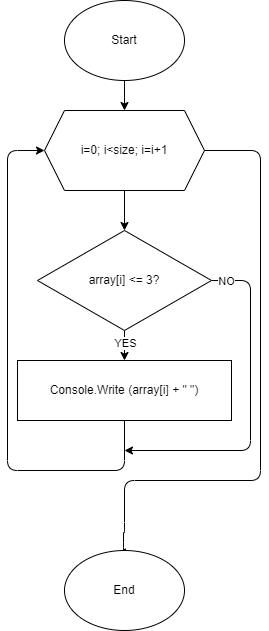
Earlier version of the draw.io export 2.MainMethodSortReturn.drawio.png (wdlts/EXAMINATION_CSHARP). Source tidied: cells renumbered, new cells last; positions are measured from the earlier drawing's top-left corner, leaving out a move shared by most shapes.
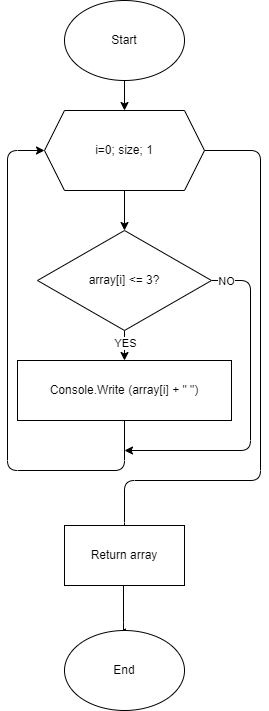
After the commit.

Change to the diagram source:
```diff
@@ -10,7 +10,7 @@
     <mxCell id="3" style="edgeStyle=none;html=1;" parent="1" edge="1" source="4" target="10">
       <mxGeometry relative="1" as="geometry" />
     </mxCell>
-    <mxCell id="4" value="&lt;span&gt;i=0; i&amp;lt;size; i=i&lt;/span&gt;&lt;span&gt;+1&lt;/span&gt;" style="shape=hexagon;perimeter=hexagonPerimeter2;whiteSpace=wrap;html=1;fixedSize=1;" parent="1" vertex="1">
+    <mxCell id="4" value="i=0; size; 1" style="shape=hexagon;perimeter=hexagonPerimeter2;whiteSpace=wrap;html=1;fixedSize=1;" parent="1" vertex="1">
       <mxGeometry x="37" y="110" width="160" height="80" as="geometry" />
     </mxCell>
     <mxCell id="5" style="edgeStyle=none;html=1;" parent="1" edge="1" source="10" target="12">
@@ -63,7 +63,10 @@
       <mxGeometry x="57" width="120" height="80" as="geometry" />
     </mxCell>
     <mxCell id="14" value="End" style="ellipse;whiteSpace=wrap;html=1;" parent="1" vertex="1">
-      <mxGeometry x="57" y="550" width="120" height="80" as="geometry" />
+      <mxGeometry x="57" y="630" width="120" height="80" as="geometry" />
     </mxCell>
+    <mxCell id="15" value="Return array" style="rounded=0;whiteSpace=wrap;html=1;" parent="1" vertex="1">
+      <mxGeometry x="57" y="525" width="120" height="60" as="geometry" />
+    </mxCell>
   </root>
 </mxGraphModel>
```
